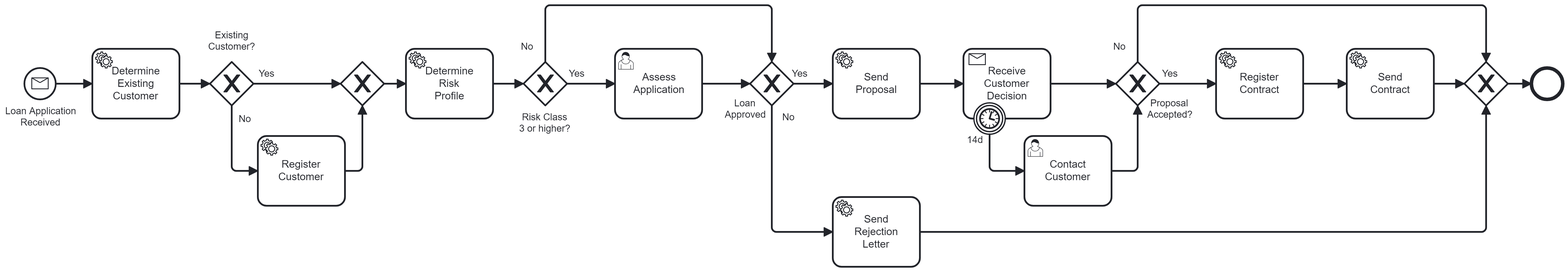
This is img/LoanApplicaton.png from EdwinVW/dapr-workflow-demos, a BPMN export, as it was before one commit. Its source is kept beside it as bpmn/LoanApplicaton.bpmn. Ids are renumbered.
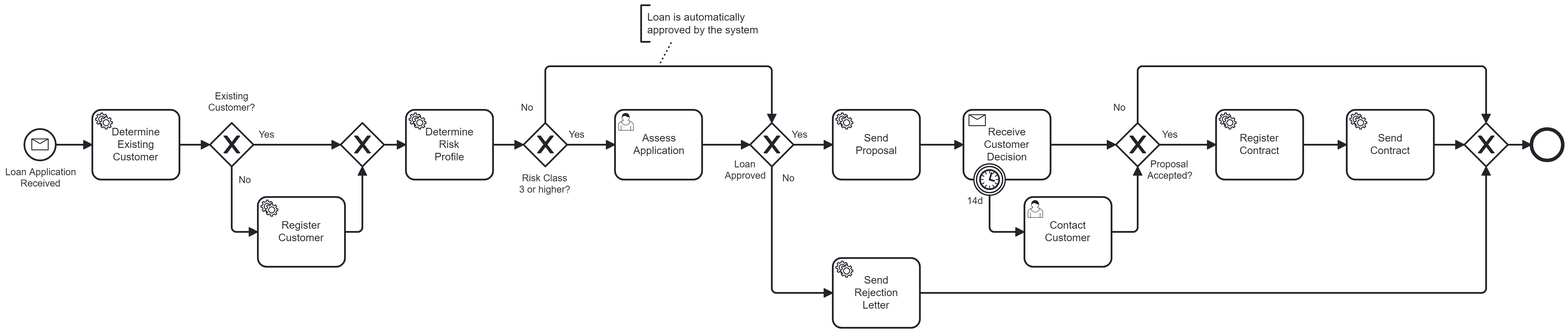
After the change.

Diff of the diagram source:
```diff
@@ -108,9 +108,17 @@
     </bpmn:exclusiveGateway>
     <bpmn:sequenceFlow id="Flow_n19" name="Yes" sourceRef="Gateway_n9" targetRef="act_AssessApplication" />
     <bpmn:sequenceFlow id="Flow_n11" name="No" sourceRef="Gateway_n9" targetRef="gwy_LoanApproved" />
+    <bpmn:textAnnotation id="TextAnnotation_n27">
+      <bpmn:text>Loan is automatically approved by the system</bpmn:text>
+    </bpmn:textAnnotation>
+    <bpmn:association id="Association_n28" sourceRef="Flow_n11" targetRef="TextAnnotation_n27" />
   </bpmn:process>
   <bpmndi:BPMNDiagram id="BPMNDiagram_1">
     <bpmndi:BPMNPlane id="BPMNPlane_1" bpmnElement="pcs_LoanApplication">
+      <bpmndi:BPMNShape id="TextAnnotation_n27_di" bpmnElement="TextAnnotation_n27">
+        <dc:Bounds x="890" y="10" width="159.9911971830986" height="41.99870274277242" />
+        <bpmndi:BPMNLabel />
+      </bpmndi:BPMNShape>
       <bpmndi:BPMNShape id="Event_1wopqui_di" bpmnElement="evt_LoadnApplicationReceived">
         <dc:Bounds x="182" y="152" width="36" height="36" />
         <bpmndi:BPMNLabel>
@@ -126,6 +134,21 @@
       <bpmndi:BPMNShape id="Gateway_n5_di" bpmnElement="Gateway_n5" isMarkerVisible="true">
         <dc:Bounds x="545" y="145" width="50" height="50" />
       </bpmndi:BPMNShape>
+      <bpmndi:BPMNShape id="Gateway_0ivk37j_di" bpmnElement="gwy_LoanApproved" isMarkerVisible="true">
+        <dc:Bounds x="1015" y="145" width="50" height="50" />
+        <bpmndi:BPMNLabel>
+          <dc:Bounds x="986" y="186" width="47" height="27" />
+        </bpmndi:BPMNLabel>
+      </bpmndi:BPMNShape>
+      <bpmndi:BPMNShape id="Gateway_n12_di" bpmnElement="Gateway_n12" isMarkerVisible="true">
+        <dc:Bounds x="1835" y="145" width="50" height="50" />
+      </bpmndi:BPMNShape>
+      <bpmndi:BPMNShape id="Event_n17_di" bpmnElement="Event_n17">
+        <dc:Bounds x="1912" y="152" width="36" height="36" />
+      </bpmndi:BPMNShape>
+      <bpmndi:BPMNShape id="Activity_1sdl5j2_di" bpmnElement="act_AssessApplication">
+        <dc:Bounds x="860" y="130" width="100" height="80" />
+      </bpmndi:BPMNShape>
       <bpmndi:BPMNShape id="Activity_13atezs_di" bpmnElement="act_DetermineRiskProfile">
         <dc:Bounds x="620" y="130" width="100" height="80" />
         <bpmndi:BPMNLabel />
@@ -137,14 +160,15 @@
       <bpmndi:BPMNShape id="Activity_18mey96_di" bpmnElement="act_DetermineExistingCustomer">
         <dc:Bounds x="260" y="130" width="100" height="80" />
       </bpmndi:BPMNShape>
-      <bpmndi:BPMNShape id="Gateway_0ivk37j_di" bpmnElement="gwy_LoanApproved" isMarkerVisible="true">
-        <dc:Bounds x="1015" y="145" width="50" height="50" />
-        <bpmndi:BPMNLabel>
-          <dc:Bounds x="986" y="186" width="47" height="27" />
-        </bpmndi:BPMNLabel>
+      <bpmndi:BPMNShape id="Activity_15eh99m_di" bpmnElement="act_RegisterContract">
+        <dc:Bounds x="1550" y="130" width="100" height="80" />
       </bpmndi:BPMNShape>
       <bpmndi:BPMNShape id="Activity_1vnkmoy_di" bpmnElement="act_SendRejectionLetter">
         <dc:Bounds x="1110" y="300" width="100" height="80" />
+        <bpmndi:BPMNLabel />
+      </bpmndi:BPMNShape>
+      <bpmndi:BPMNShape id="Activity_093a9bg_di" bpmnElement="act_SendContract">
+        <dc:Bounds x="1700" y="130" width="100" height="80" />
         <bpmndi:BPMNLabel />
       </bpmndi:BPMNShape>
       <bpmndi:BPMNShape id="Activity_1cwxtdu_di" bpmnElement="act_SendProposal">
@@ -163,28 +187,16 @@
       <bpmndi:BPMNShape id="Activity_12d568y_di" bpmnElement="act_ContactCustomer">
         <dc:Bounds x="1330" y="230" width="100" height="80" />
       </bpmndi:BPMNShape>
-      <bpmndi:BPMNShape id="Activity_15eh99m_di" bpmnElement="act_RegisterContract">
-        <dc:Bounds x="1550" y="130" width="100" height="80" />
-      </bpmndi:BPMNShape>
-      <bpmndi:BPMNShape id="Gateway_n12_di" bpmnElement="Gateway_n12" isMarkerVisible="true">
-        <dc:Bounds x="1835" y="145" width="50" height="50" />
-      </bpmndi:BPMNShape>
-      <bpmndi:BPMNShape id="Event_n17_di" bpmnElement="Event_n17">
-        <dc:Bounds x="1912" y="152" width="36" height="36" />
-      </bpmndi:BPMNShape>
-      <bpmndi:BPMNShape id="Activity_093a9bg_di" bpmnElement="act_SendContract">
-        <dc:Bounds x="1700" y="130" width="100" height="80" />
-        <bpmndi:BPMNLabel />
-      </bpmndi:BPMNShape>
       <bpmndi:BPMNShape id="Gateway_n9_di" bpmnElement="Gateway_n9" isMarkerVisible="true">
         <dc:Bounds x="755" y="145" width="50" height="50" />
         <bpmndi:BPMNLabel>
           <dc:Bounds x="750" y="202" width="59" height="27" />
         </bpmndi:BPMNLabel>
       </bpmndi:BPMNShape>
-      <bpmndi:BPMNShape id="Activity_1sdl5j2_di" bpmnElement="act_AssessApplication">
-        <dc:Bounds x="860" y="130" width="100" height="80" />
-      </bpmndi:BPMNShape>
+      <bpmndi:BPMNEdge id="Association_n28_di" bpmnElement="Association_n28">
+        <di:waypoint x="910" y="80" />
+        <di:waypoint x="925" y="52" />
+      </bpmndi:BPMNEdge>
       <bpmndi:BPMNShape id="Event_1gsraxm_di" bpmnElement="evt_Timeout">
         <dc:Bounds x="1272" y="192" width="36" height="36" />
         <bpmndi:BPMNLabel>
@@ -223,6 +235,10 @@
         <di:waypoint x="595" y="170" />
         <di:waypoint x="620" y="170" />
       </bpmndi:BPMNEdge>
+      <bpmndi:BPMNEdge id="Flow_n8_di" bpmnElement="Flow_n8">
+        <di:waypoint x="720" y="170" />
+        <di:waypoint x="755" y="170" />
+      </bpmndi:BPMNEdge>
       <bpmndi:BPMNEdge id="Flow_n10_di" bpmnElement="Flow_n10">
         <di:waypoint x="960" y="170" />
         <di:waypoint x="1015" y="170" />
@@ -242,14 +258,17 @@
           <dc:Bounds x="1052" y="202" width="15" height="14" />
         </bpmndi:BPMNLabel>
       </bpmndi:BPMNEdge>
-      <bpmndi:BPMNEdge id="Flow_n8_di" bpmnElement="Flow_n8">
-        <di:waypoint x="720" y="170" />
-        <di:waypoint x="755" y="170" />
+      <bpmndi:BPMNEdge id="Flow_n16_di" bpmnElement="Flow_n16">
+        <di:waypoint x="1885" y="170" />
+        <di:waypoint x="1912" y="170" />
       </bpmndi:BPMNEdge>
-      <bpmndi:BPMNEdge id="Flow_n14_di" bpmnElement="Flow_n14">
-        <di:waypoint x="1210" y="340" />
-        <di:waypoint x="1860" y="340" />
-        <di:waypoint x="1860" y="195" />
+      <bpmndi:BPMNEdge id="Flow_n18_di" bpmnElement="Flow_n18">
+        <di:waypoint x="1650" y="170" />
+        <di:waypoint x="1700" y="170" />
+      </bpmndi:BPMNEdge>
+      <bpmndi:BPMNEdge id="Flow_n13_di" bpmnElement="Flow_n13">
+        <di:waypoint x="1800" y="170" />
+        <di:waypoint x="1835" y="170" />
       </bpmndi:BPMNEdge>
       <bpmndi:BPMNEdge id="Flow_n21_di" bpmnElement="Flow_n21">
         <di:waypoint x="1210" y="170" />
@@ -259,10 +278,20 @@
         <di:waypoint x="1360" y="170" />
         <di:waypoint x="1435" y="170" />
       </bpmndi:BPMNEdge>
+      <bpmndi:BPMNEdge id="Flow_n25_di" bpmnElement="Flow_n25">
+        <di:waypoint x="1290" y="228" />
+        <di:waypoint x="1290" y="270" />
+        <di:waypoint x="1330" y="270" />
+      </bpmndi:BPMNEdge>
       <bpmndi:BPMNEdge id="Flow_n24_di" bpmnElement="Flow_n24">
         <di:waypoint x="1430" y="270" />
         <di:waypoint x="1460" y="270" />
         <di:waypoint x="1460" y="195" />
+      </bpmndi:BPMNEdge>
+      <bpmndi:BPMNEdge id="Flow_n14_di" bpmnElement="Flow_n14">
+        <di:waypoint x="1210" y="340" />
+        <di:waypoint x="1860" y="340" />
+        <di:waypoint x="1860" y="195" />
       </bpmndi:BPMNEdge>
       <bpmndi:BPMNEdge id="Flow_n20_di" bpmnElement="Flow_n20">
         <di:waypoint x="1485" y="170" />
@@ -279,23 +308,6 @@
         <bpmndi:BPMNLabel>
           <dc:Bounds x="1432" y="121" width="15" height="14" />
         </bpmndi:BPMNLabel>
-      </bpmndi:BPMNEdge>
-      <bpmndi:BPMNEdge id="Flow_n25_di" bpmnElement="Flow_n25">
-        <di:waypoint x="1290" y="228" />
-        <di:waypoint x="1290" y="270" />
-        <di:waypoint x="1330" y="270" />
-      </bpmndi:BPMNEdge>
-      <bpmndi:BPMNEdge id="Flow_n18_di" bpmnElement="Flow_n18">
-        <di:waypoint x="1650" y="170" />
-        <di:waypoint x="1700" y="170" />
-      </bpmndi:BPMNEdge>
-      <bpmndi:BPMNEdge id="Flow_n13_di" bpmnElement="Flow_n13">
-        <di:waypoint x="1800" y="170" />
-        <di:waypoint x="1835" y="170" />
-      </bpmndi:BPMNEdge>
-      <bpmndi:BPMNEdge id="Flow_n16_di" bpmnElement="Flow_n16">
-        <di:waypoint x="1885" y="170" />
-        <di:waypoint x="1912" y="170" />
       </bpmndi:BPMNEdge>
       <bpmndi:BPMNEdge id="Flow_n19_di" bpmnElement="Flow_n19">
         <di:waypoint x="805" y="170" />
```
